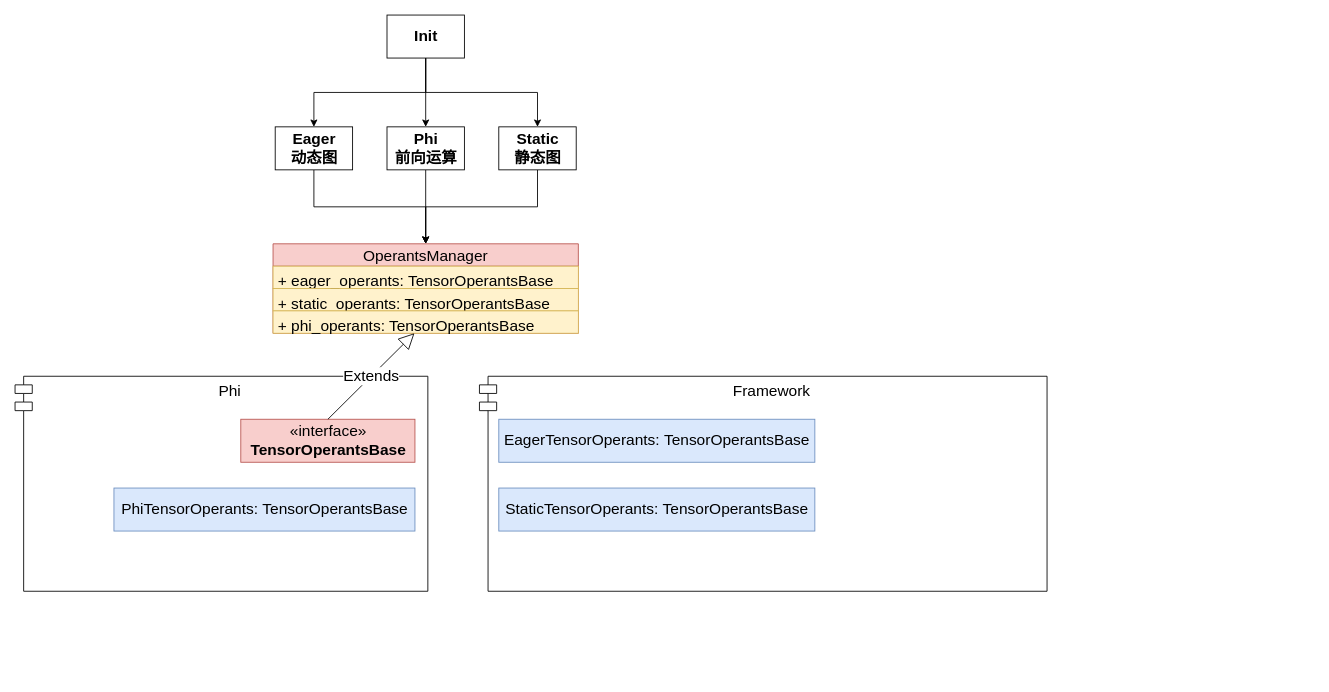
Above: operants.drawio in jiahy0825/draw.io (draw.io), before the change. Source tidied: cells renumbered, new cells numbered last; positions are measured from the earlier drawing's top-left corner, leaving out a move shared by most shapes. Both pictures are drawn from the tidied source at 86%, with x=0, y=0 at pixel (15, 15).
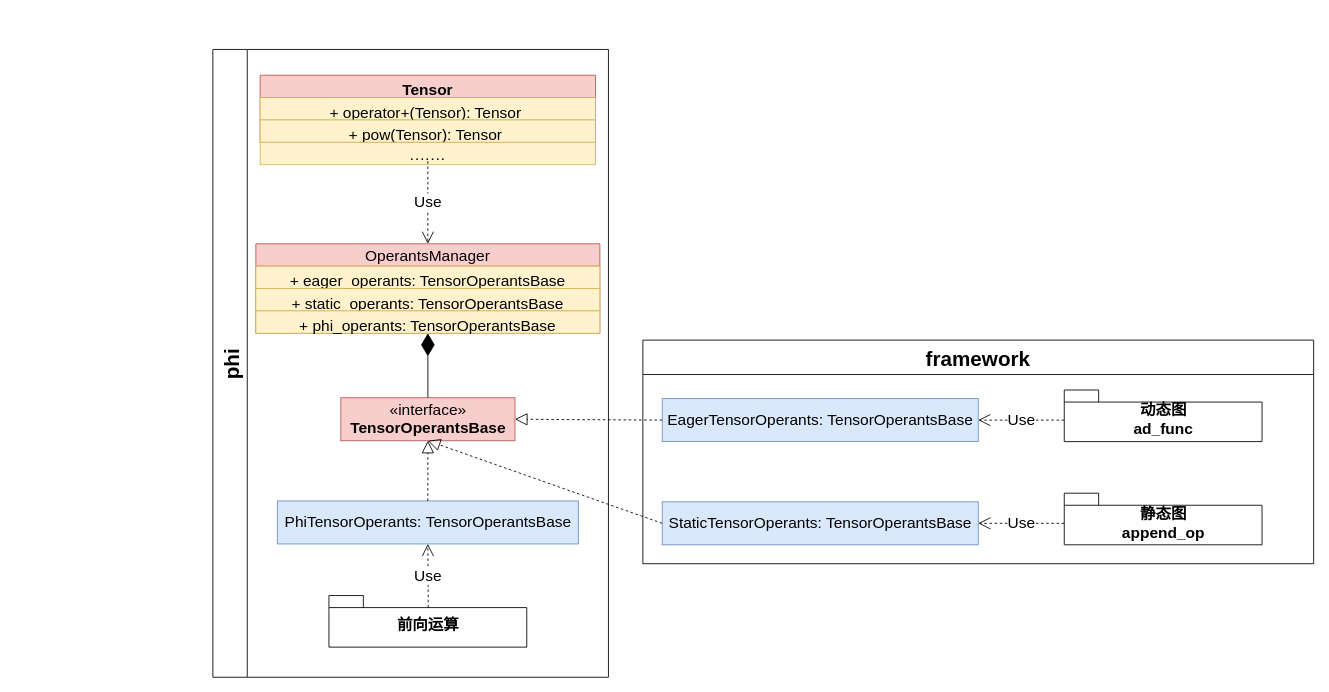
Above is the later version.

The edit, as a diff of the source:
```diff
@@
-    <mxCell id="2" style="edgeStyle=orthogonalEdgeStyle;jettySize=auto;html=1;fontSize=18;" parent="1" edge="1" source="5" target="7">
-      <mxGeometry relative="1" as="geometry" />
-    </mxCell>
-    <mxCell id="3" style="edgeStyle=orthogonalEdgeStyle;jettySize=auto;html=1;exitX=0.5;exitY=1;exitDx=0;exitDy=0;fontSize=18;rounded=0;entryX=0.5;entryY=0;entryDx=0;entryDy=0;" parent="1" edge="1" source="5" target="9">
-      <mxGeometry relative="1" as="geometry">
-        <Array as="points">
-          <mxPoint x="478" y="90" />
-          <mxPoint x="608" y="90" />
-        </Array>
-      </mxGeometry>
-    </mxCell>
-    <mxCell id="4" style="edgeStyle=orthogonalEdgeStyle;rounded=0;jettySize=auto;html=1;exitX=0.5;exitY=1;exitDx=0;exitDy=0;entryX=0.5;entryY=0;entryDx=0;entryDy=0;fontSize=18;" parent="1" edge="1" source="5" target="11">
-      <mxGeometry relative="1" as="geometry" />
-    </mxCell>
-    <mxCell id="5" value="&lt;b&gt;&lt;font style=&quot;font-size: 18px;&quot;&gt;Init&lt;/font&gt;&lt;/b&gt;" style="whiteSpace=wrap;html=1;" parent="1" vertex="1">
-      <mxGeometry x="432.5" width="90" height="50" as="geometry" />
-    </mxCell>
-    <mxCell id="6" style="edgeStyle=orthogonalEdgeStyle;rounded=0;jettySize=auto;html=1;exitX=0.5;exitY=1;exitDx=0;exitDy=0;fontSize=18;entryX=0.5;entryY=0;entryDx=0;entryDy=0;" parent="1" edge="1" source="7" target="12">
-      <mxGeometry relative="1" as="geometry" />
-    </mxCell>
-    <mxCell id="7" value="&lt;span style=&quot;font-size: 18px;&quot;&gt;&lt;b&gt;Phi&lt;br&gt;前向运算&lt;br&gt;&lt;/b&gt;&lt;/span&gt;" style="whiteSpace=wrap;html=1;" parent="1" vertex="1">
-      <mxGeometry x="432.5" y="130" width="90" height="50" as="geometry" />
-    </mxCell>
-    <mxCell id="8" style="edgeStyle=orthogonalEdgeStyle;rounded=0;jettySize=auto;html=1;exitX=0.5;exitY=1;exitDx=0;exitDy=0;entryX=0.5;entryY=0;entryDx=0;entryDy=0;fontSize=18;" parent="1" edge="1" source="9" target="12">
-      <mxGeometry relative="1" as="geometry" />
-    </mxCell>
-    <mxCell id="9" value="&lt;span style=&quot;font-size: 18px;&quot;&gt;&lt;b&gt;Static&lt;br&gt;静态图&lt;br&gt;&lt;/b&gt;&lt;/span&gt;" style="whiteSpace=wrap;html=1;" parent="1" vertex="1">
-      <mxGeometry x="562.5" y="130" width="90" height="50" as="geometry" />
-    </mxCell>
-    <mxCell id="10" style="edgeStyle=orthogonalEdgeStyle;rounded=0;jettySize=auto;html=1;exitX=0.5;exitY=1;exitDx=0;exitDy=0;entryX=0.5;entryY=0;entryDx=0;entryDy=0;fontSize=18;" parent="1" edge="1" source="11" target="12">
-      <mxGeometry relative="1" as="geometry" />
-    </mxCell>
-    <mxCell id="11" value="&lt;span style=&quot;font-size: 18px;&quot;&gt;&lt;b&gt;Eager&lt;br&gt;动态图&lt;br&gt;&lt;/b&gt;&lt;/span&gt;" style="whiteSpace=wrap;html=1;" parent="1" vertex="1">
-      <mxGeometry x="302.5" y="130" width="90" height="50" as="geometry" />
-    </mxCell>
+    <mxCell id="23" value="framework" style="swimlane;fillStyle=auto;fontSize=24;fillColor=default;swimlaneFillColor=default;startSize=40;" parent="1" vertex="1">
+      <mxGeometry x="730" y="378" width="780" height="260" as="geometry" />
+    </mxCell>
+    <mxCell id="24" value="phi" style="swimlane;horizontal=0;fontSize=24;fillColor=default;fillStyle=auto;swimlaneFillColor=default;startSize=40;" parent="1" vertex="1">
+      <mxGeometry x="230" y="40" width="460" height="730" as="geometry" />
+    </mxCell>
     <mxCell id="12" value="OperantsManager" style="swimlane;fontStyle=0;horizontal=1;startSize=26;fillColor=#f8cecc;fontSize=18;strokeColor=#b85450;" parent="1" vertex="1">
-      <mxGeometry x="300" y="266" width="355" height="104" as="geometry" />
+      <mxGeometry x="280" y="266" width="400" height="104" as="geometry" />
     </mxCell>
-    <mxCell id="13" value="+ eager_operants: TensorOperantsBase" style="text;strokeColor=#d6b656;fillColor=#fff2cc;align=left;verticalAlign=top;spacingLeft=4;spacingRight=4;overflow=hidden;fontSize=18;" parent="12" vertex="1">
-      <mxGeometry y="26" width="355" height="26" as="geometry" />
+    <mxCell id="13" value="+ eager_operants: TensorOperantsBase" style="text;strokeColor=#d6b656;fillColor=#fff2cc;align=center;verticalAlign=top;spacingLeft=4;spacingRight=4;overflow=hidden;fontSize=18;" parent="12" vertex="1">
+      <mxGeometry y="26" width="400" height="26" as="geometry" />
     </mxCell>
-    <mxCell id="14" value="+ static_operants: TensorOperantsBase" style="text;strokeColor=#d6b656;fillColor=#fff2cc;align=left;verticalAlign=top;spacingLeft=4;spacingRight=4;overflow=hidden;fontSize=18;" parent="12" vertex="1">
-      <mxGeometry y="52" width="355" height="26" as="geometry" />
+    <mxCell id="14" value="+ static_operants: TensorOperantsBase" style="text;strokeColor=#d6b656;fillColor=#fff2cc;align=center;verticalAlign=top;spacingLeft=4;spacingRight=4;overflow=hidden;fontSize=18;" parent="12" vertex="1">
+      <mxGeometry y="52" width="400" height="26" as="geometry" />
     </mxCell>
-    <mxCell id="15" value="+ phi_operants: TensorOperantsBase" style="text;strokeColor=#d6b656;fillColor=#fff2cc;align=left;verticalAlign=top;spacingLeft=4;spacingRight=4;overflow=hidden;points=[[0,0.5],[1,0.5]];portConstraint=eastwest;fontSize=18;" parent="12" vertex="1">
-      <mxGeometry y="78" width="355" height="26" as="geometry" />
+    <mxCell id="15" value="+ phi_operants: TensorOperantsBase" style="text;strokeColor=#d6b656;fillColor=#fff2cc;align=center;verticalAlign=top;spacingLeft=4;spacingRight=4;overflow=hidden;points=[[0,0.5],[1,0.5]];portConstraint=eastwest;fontSize=18;" parent="12" vertex="1">
+      <mxGeometry y="78" width="400" height="26" as="geometry" />
     </mxCell>
-    <mxCell id="16" value="Phi" style="shape=module;align=left;spacingLeft=20;align=center;verticalAlign=top;fontSize=18;" parent="1" vertex="1">
-      <mxGeometry y="420" width="480" height="250" as="geometry" />
-    </mxCell>
-    <mxCell id="17" value="Framework" style="shape=module;align=left;spacingLeft=20;align=center;verticalAlign=top;fontSize=18;" parent="1" vertex="1">
-      <mxGeometry x="540" y="420" width="660" height="250" as="geometry" />
-    </mxCell>
     <mxCell id="18" value="«interface»&lt;br&gt;&lt;b&gt;TensorOperantsBase&lt;/b&gt;" style="html=1;fontSize=18;fillColor=#f8cecc;strokeColor=#b85450;" parent="1" vertex="1">
-      <mxGeometry x="262.5" y="470" width="202.5" height="50" as="geometry" />
+      <mxGeometry x="378.8" y="445" width="202.5" height="50" as="geometry" />
     </mxCell>
     <mxCell id="19" value="PhiTensorOperants:&amp;nbsp;TensorOperantsBase" style="html=1;fontSize=18;fillColor=#dae8fc;strokeColor=#6c8ebf;" parent="1" vertex="1">
-      <mxGeometry x="115" y="550" width="350" height="50" as="geometry" />
+      <mxGeometry x="305" y="565" width="350" height="50" as="geometry" />
     </mxCell>
     <mxCell id="20" value="EagerTensorOperants:&amp;nbsp;TensorOperantsBase" style="html=1;fontSize=18;fillColor=#dae8fc;strokeColor=#6c8ebf;" parent="1" vertex="1">
-      <mxGeometry x="562.5" y="470" width="367.5" height="50" as="geometry" />
+      <mxGeometry x="752.5" y="446" width="367.5" height="50" as="geometry" />
     </mxCell>
     <mxCell id="21" value="StaticTensorOperants:&amp;nbsp;TensorOperantsBase" style="html=1;fontSize=18;fillColor=#dae8fc;strokeColor=#6c8ebf;" parent="1" vertex="1">
-      <mxGeometry x="562.5" y="550" width="367.5" height="50" as="geometry" />
+      <mxGeometry x="752.5" y="566" width="367.5" height="50" as="geometry" />
     </mxCell>
-    <mxCell id="22" value="Extends" style="endArrow=block;endSize=16;endFill=0;html=1;rounded=0;fontSize=18;exitX=0.5;exitY=0;exitDx=0;exitDy=0;" parent="1" edge="1" source="18" target="15">
-      <mxGeometry relative="1" as="geometry" />
-    </mxCell>
+    <mxCell id="25" style="endArrow=diamondThin;endFill=1;endSize=24;html=1;rounded=0;fontSize=18;exitX=0.5;exitY=0;exitDx=0;exitDy=0;" parent="1" edge="1" source="18" target="12">
+      <mxGeometry relative="1" as="geometry" />
+    </mxCell>
+    <mxCell id="26" value="&lt;font style=&quot;font-size: 18px;&quot;&gt;动态图&lt;br&gt;ad_func&lt;/font&gt;" style="shape=folder;fontStyle=1;spacingTop=10;tabWidth=40;tabHeight=14;tabPosition=left;html=1;fontSize=14;" parent="1" vertex="1">
+      <mxGeometry x="1220" y="436" width="230" height="60" as="geometry" />
+    </mxCell>
+    <mxCell id="27" style="endArrow=block;dashed=1;endFill=0;endSize=12;html=1;rounded=0;fontSize=14;entryX=0.5;entryY=1;entryDx=0;entryDy=0;exitX=0;exitY=0.5;exitDx=0;exitDy=0;" parent="1" edge="1" source="21" target="18">
+      <mxGeometry relative="1" as="geometry" />
+    </mxCell>
+    <mxCell id="28" style="endArrow=block;dashed=1;endFill=0;endSize=12;html=1;rounded=0;fontSize=14;entryX=0.5;entryY=1;entryDx=0;entryDy=0;exitX=0.5;exitY=0;exitDx=0;exitDy=0;" parent="1" edge="1" source="19" target="18">
+      <mxGeometry relative="1" as="geometry" />
+    </mxCell>
+    <mxCell id="29" style="endArrow=block;dashed=1;endFill=0;endSize=12;html=1;rounded=0;fontSize=14;entryX=1;entryY=0.5;entryDx=0;entryDy=0;exitX=0;exitY=0.5;exitDx=0;exitDy=0;" parent="1" edge="1" source="20" target="18">
+      <mxGeometry relative="1" as="geometry" />
+    </mxCell>
+    <mxCell id="30" value="&lt;font style=&quot;font-size: 18px;&quot;&gt;Use&lt;/font&gt;" style="endArrow=open;endSize=12;dashed=1;html=1;rounded=0;fontSize=14;entryX=1;entryY=0.5;entryDx=0;entryDy=0;" parent="1" edge="1" target="20">
+      <mxGeometry relative="1" as="geometry">
+        <mxPoint x="1220" y="471" as="sourcePoint" />
+      </mxGeometry>
+    </mxCell>
+    <mxCell id="31" value="&lt;font style=&quot;font-size: 18px;&quot;&gt;静态图&lt;br&gt;append_op&lt;br&gt;&lt;/font&gt;" style="shape=folder;fontStyle=1;spacingTop=10;tabWidth=40;tabHeight=14;tabPosition=left;html=1;fontSize=14;" parent="1" vertex="1">
+      <mxGeometry x="1220" y="556" width="230" height="60" as="geometry" />
+    </mxCell>
+    <mxCell id="32" value="&lt;font style=&quot;font-size: 18px;&quot;&gt;Use&lt;/font&gt;" style="endArrow=open;endSize=12;dashed=1;html=1;rounded=0;fontSize=14;entryX=1;entryY=0.5;entryDx=0;entryDy=0;" parent="1" edge="1" target="21">
+      <mxGeometry relative="1" as="geometry">
+        <mxPoint x="1220" y="591" as="sourcePoint" />
+      </mxGeometry>
+    </mxCell>
+    <mxCell id="33" value="&lt;span style=&quot;font-size: 18px;&quot;&gt;前向运算&lt;br&gt;&lt;/span&gt;" style="shape=folder;fontStyle=1;spacingTop=10;tabWidth=40;tabHeight=14;tabPosition=left;html=1;fontSize=14;" parent="1" vertex="1">
+      <mxGeometry x="365" y="675" width="230" height="60" as="geometry" />
+    </mxCell>
+    <mxCell id="34" value="&lt;font style=&quot;font-size: 18px;&quot;&gt;Use&lt;/font&gt;" style="endArrow=open;endSize=12;dashed=1;html=1;rounded=0;fontSize=14;entryX=0.5;entryY=1;entryDx=0;entryDy=0;exitX=0.502;exitY=0.231;exitDx=0;exitDy=0;exitPerimeter=0;" parent="1" edge="1" source="33" target="19">
+      <mxGeometry relative="1" as="geometry" />
+    </mxCell>
+    <mxCell id="35" style="group;" parent="1" vertex="1">
+      <mxGeometry x="285" y="70" width="390" height="104" as="geometry" />
+    </mxCell>
+    <mxCell id="36" value="Tensor" style="swimlane;fontStyle=1;align=center;verticalAlign=top;horizontal=1;startSize=26;fontSize=18;fillColor=#f8cecc;strokeColor=#b85450;" parent="35" vertex="1">
+      <mxGeometry width="390" height="78" as="geometry" />
+    </mxCell>
+    <mxCell id="37" value="+ operator+(Tensor): Tensor " style="text;strokeColor=#d6b656;fillColor=#fff2cc;align=center;verticalAlign=top;spacingLeft=4;spacingRight=4;overflow=hidden;fontSize=18;" parent="36" vertex="1">
+      <mxGeometry y="26" width="390" height="26" as="geometry" />
+    </mxCell>
+    <mxCell id="38" value="+ pow(Tensor): Tensor " style="text;strokeColor=#d6b656;fillColor=#fff2cc;align=center;verticalAlign=top;spacingLeft=4;spacingRight=4;overflow=hidden;fontSize=18;" parent="36" vertex="1">
+      <mxGeometry y="52" width="390" height="26" as="geometry" />
+    </mxCell>
+    <mxCell id="39" value="·······" style="text;strokeColor=#d6b656;fillColor=#fff2cc;align=center;verticalAlign=top;spacingLeft=4;spacingRight=4;overflow=hidden;fontSize=18;" parent="35" vertex="1">
+      <mxGeometry y="78" width="390" height="26" as="geometry" />
+    </mxCell>
+    <mxCell id="40" value="&lt;font style=&quot;font-size: 18px;&quot;&gt;Use&lt;/font&gt;" style="endArrow=open;endSize=12;dashed=1;html=1;rounded=0;fontSize=14;entryX=0.5;entryY=0;entryDx=0;entryDy=0;" parent="1" edge="1" target="12">
+      <mxGeometry relative="1" as="geometry">
+        <mxPoint x="480" y="170" as="sourcePoint" />
+      </mxGeometry>
+    </mxCell>
```
